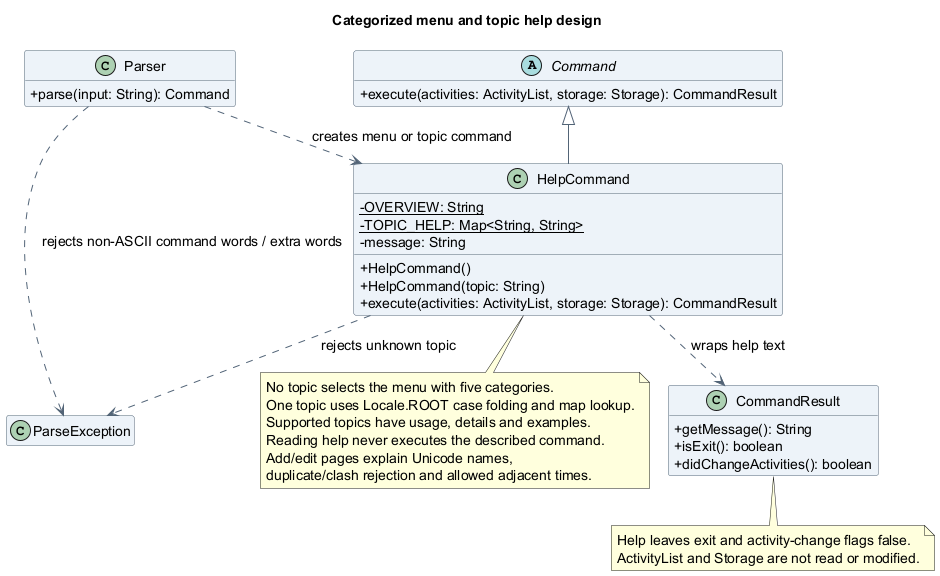
Earlier version of the PlantUML export docs/images/atharva/class/TopicHelpClassDiagram.png (AY2627S1-CS2113-T10-4/tp).
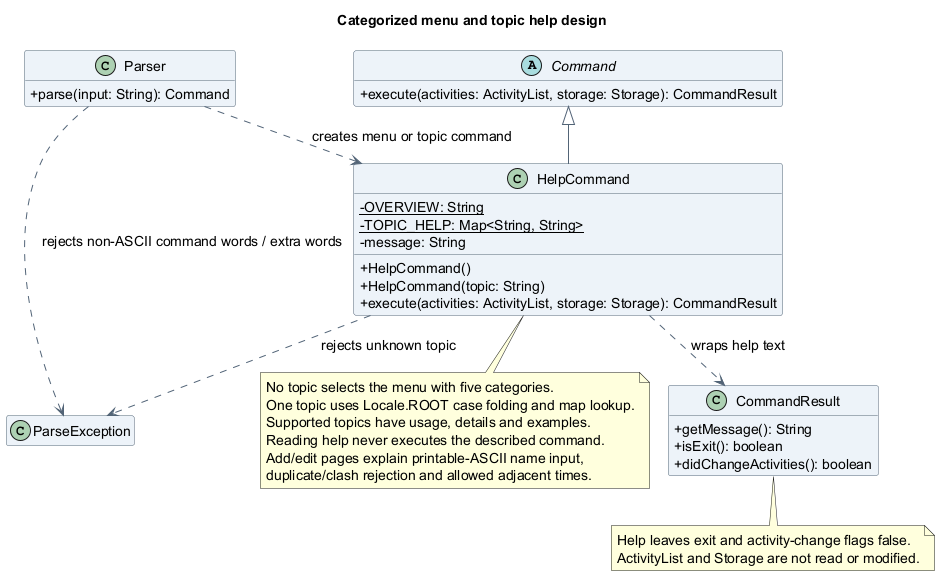
After the change.

Diff of the diagram source:
```diff
@@ -43,7 +43,7 @@
   One topic uses Locale.ROOT case folding and map lookup.
   Supported topics have usage, details and examples.
   Reading help never executes the described command.
-  Add/edit pages explain Unicode names,
+  Add/edit pages explain printable-ASCII name input,
   duplicate/clash rejection and allowed adjacent times.
 end note
 note bottom of CommandResult
```
